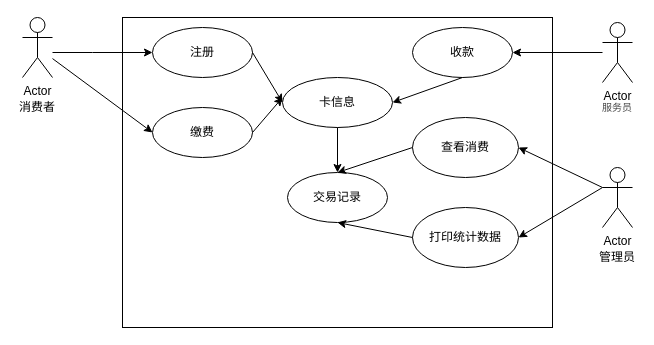
The draw.io diagram Untitled Diagram.drawio in mockfrank/archassign, before the edit. Source tidied: cells renumbered, new cells numbered last; positions are measured from the earlier drawing's top-left corner, leaving out a move shared by most shapes. Both pictures are drawn from the tidied source at 100%, with x=0, y=0 at pixel (17, 17).
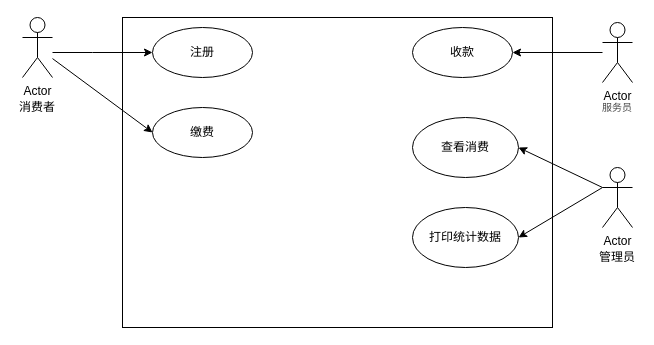
Above is the later version.

Unchanged cells that the change refers to:
```xml
<mxCell id="5" value="注册" style="ellipse;whiteSpace=wrap;html=1;" parent="1" vertex="1">
  <mxGeometry x="135" y="10" width="100" height="50" as="geometry" />
</mxCell>
<mxCell id="6" value="缴费" style="ellipse;whiteSpace=wrap;html=1;" parent="1" vertex="1">
  <mxGeometry x="135" y="90" width="100" height="50" as="geometry" />
</mxCell>
<mxCell id="12" value="收款" style="ellipse;whiteSpace=wrap;html=1;" parent="1" vertex="1">
  <mxGeometry x="395" y="10" width="100" height="50" as="geometry" />
</mxCell>
<mxCell id="15" value="查看消费" style="ellipse;whiteSpace=wrap;html=1;" parent="1" vertex="1">
  <mxGeometry x="395" y="100" width="106" height="60" as="geometry" />
</mxCell>
<mxCell id="16" value="打印统计数据" style="ellipse;whiteSpace=wrap;html=1;" parent="1" vertex="1">
  <mxGeometry x="395" y="190" width="106" height="60" as="geometry" />
</mxCell>
```

Change to the diagram source:
```diff
@@
-    <mxCell id="19" value="卡信息" style="ellipse;whiteSpace=wrap;html=1;" parent="1" vertex="1">
-      <mxGeometry x="265" y="60" width="110" height="50" as="geometry" />
-    </mxCell>
-    <mxCell id="20" value="交易记录" style="ellipse;whiteSpace=wrap;html=1;" parent="1" vertex="1">
-      <mxGeometry x="270" y="155" width="100" height="50" as="geometry" />
-    </mxCell>
-    <mxCell id="21" style="endArrow=classic;html=1;exitX=1;exitY=0.5;exitDx=0;exitDy=0;entryX=0;entryY=0.5;entryDx=0;entryDy=0;" parent="1" edge="1" source="5" target="19">
-      <mxGeometry relative="1" as="geometry" />
-    </mxCell>
-    <mxCell id="22" style="endArrow=classic;html=1;exitX=1;exitY=0.5;exitDx=0;exitDy=0;" parent="1" edge="1" source="6">
-      <mxGeometry relative="1" as="geometry">
-        <mxPoint x="265" y="80" as="targetPoint" />
-      </mxGeometry>
-    </mxCell>
-    <mxCell id="23" style="endArrow=classic;html=1;entryX=1;entryY=0.5;entryDx=0;entryDy=0;exitX=0.5;exitY=1;exitDx=0;exitDy=0;" parent="1" edge="1" source="12" target="19">
-      <mxGeometry relative="1" as="geometry" />
-    </mxCell>
-    <mxCell id="24" style="endArrow=classic;html=1;entryX=0.5;entryY=0;entryDx=0;entryDy=0;exitX=0;exitY=0.5;exitDx=0;exitDy=0;" parent="1" edge="1" source="15" target="20">
-      <mxGeometry relative="1" as="geometry" />
-    </mxCell>
-    <mxCell id="25" style="endArrow=classic;html=1;entryX=0.5;entryY=1;entryDx=0;entryDy=0;exitX=0;exitY=0.5;exitDx=0;exitDy=0;" parent="1" edge="1" source="16" target="20">
-      <mxGeometry relative="1" as="geometry" />
-    </mxCell>
-    <mxCell id="26" style="endArrow=classic;html=1;exitX=0.5;exitY=1;exitDx=0;exitDy=0;entryX=0.5;entryY=0;entryDx=0;entryDy=0;" parent="1" edge="1" source="19" target="20">
-      <mxGeometry relative="1" as="geometry" />
-    </mxCell>
```
